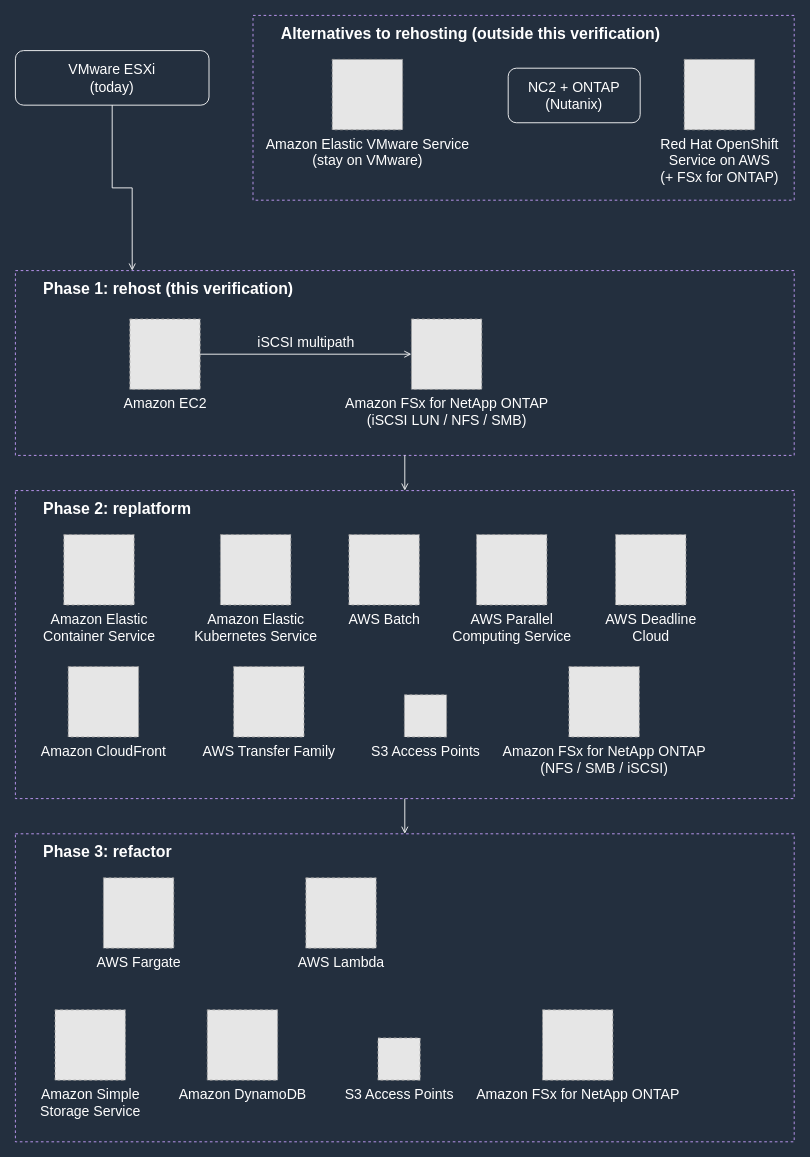
Earlier version of the draw.io diagram docs/_assets/diagrams/atx-fsxn-migration-journey-en-dark.drawio (Yoshiki0705/VMware-Migration-EC2-ONTAP). Source tidied: cells renumbered, new cells numbered last; positions are measured from the earlier drawing's top-left corner, leaving out a move shared by most shapes. Both pictures are drawn from the tidied source at 88%, with x=0, y=0 at pixel (15, 15). Pictures stored in the file or linked from it are replaced by grey dashed boxes.
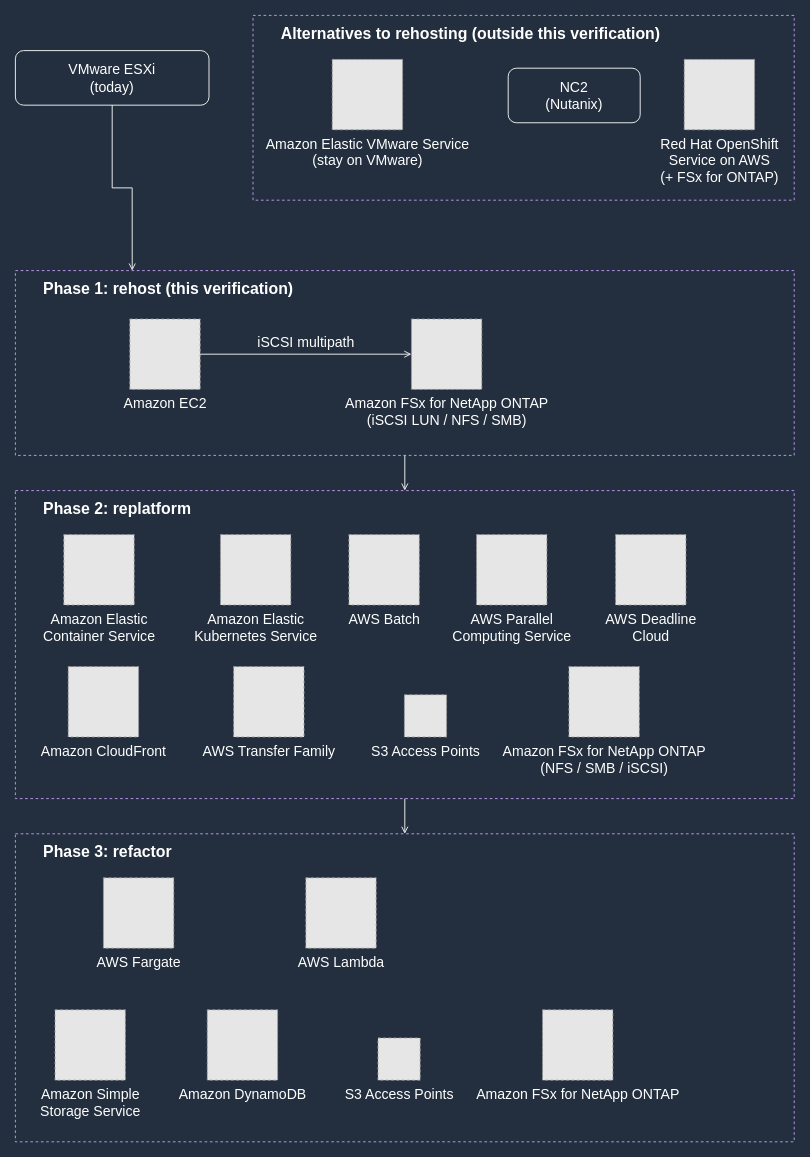
After the change.

The edit, as a diff of the source:
```diff
@@
-    <mxCell id="7" value="NC2 + ONTAP&#10;(Nutanix)" style="rounded=1;whiteSpace=wrap;html=1;strokeColor=#FFFFFF;fillColor=none;fontColor=#FFFFFF;fontSize=16;verticalAlign=middle;align=center;" parent="1" vertex="1">
+    <mxCell id="7" value="NC2&#10;(Nutanix)" style="rounded=1;whiteSpace=wrap;html=1;strokeColor=#FFFFFF;fillColor=none;fontColor=#FFFFFF;fontSize=16;verticalAlign=middle;align=center;" parent="1" vertex="1">
       <mxGeometry x="560" y="60" width="150" height="62" as="geometry" />
     </mxCell>
```
